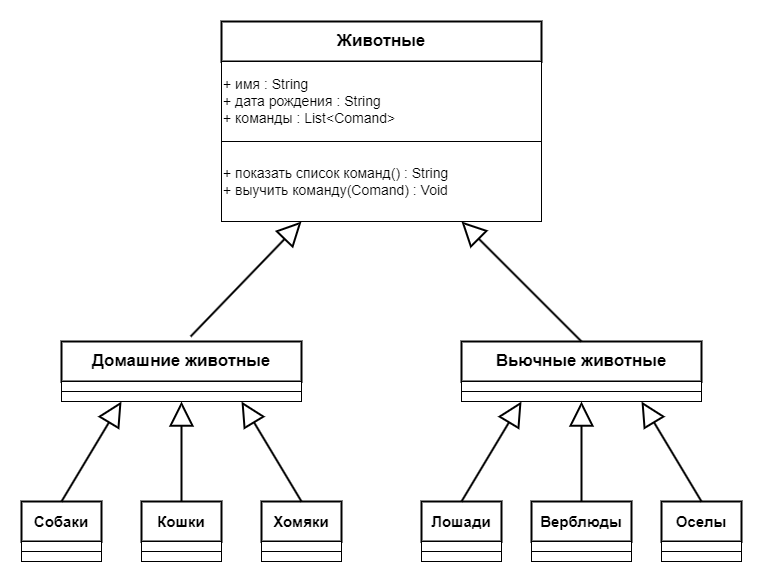
The draw.io diagram images/Task6.png in AlexKot986/control_work, before a commit. Source tidied: cells renumbered, new cells last; positions are measured from the earlier drawing's top-left corner, leaving out a move shared by most shapes.
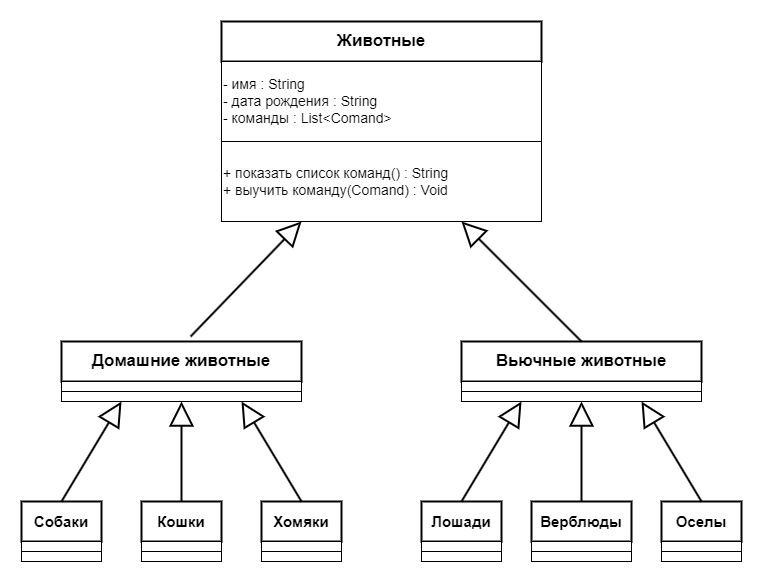
After the change.

Commit message:
Task6 diogram v2

What changed in the source:
```diff
@@ -29,7 +29,7 @@
     <mxCell id="10" value="Лошади" style="rounded=0;whiteSpace=wrap;html=1;strokeWidth=2;fontSize=15;fontStyle=1;" parent="1" vertex="1">
       <mxGeometry x="400" y="480" width="80" height="40" as="geometry" />
     </mxCell>
-    <mxCell id="11" value="+ имя : String&lt;br style=&quot;font-size: 14px;&quot;&gt;+ дата рождения : String&lt;br style=&quot;font-size: 14px;&quot;&gt;+ команды : List&amp;lt;Comand&amp;gt;" style="rounded=0;whiteSpace=wrap;html=1;align=left;fontSize=14;strokeWidth=1;" parent="1" vertex="1">
+    <mxCell id="11" value="- имя : String&lt;br style=&quot;font-size: 14px;&quot;&gt;- дата рождения : String&lt;br style=&quot;font-size: 14px;&quot;&gt;- команды : List&amp;lt;Comand&amp;gt;" style="rounded=0;whiteSpace=wrap;html=1;align=left;fontSize=14;strokeWidth=1;" parent="1" vertex="1">
       <mxGeometry x="200" y="40" width="320" height="80" as="geometry" />
     </mxCell>
     <mxCell id="12" value="+ показать список команд() : String&lt;br style=&quot;font-size: 14px;&quot;&gt;+ выучить команду(Comand) : Void" style="rounded=0;whiteSpace=wrap;html=1;align=left;fontSize=14;strokeWidth=1;" parent="1" vertex="1">
```
